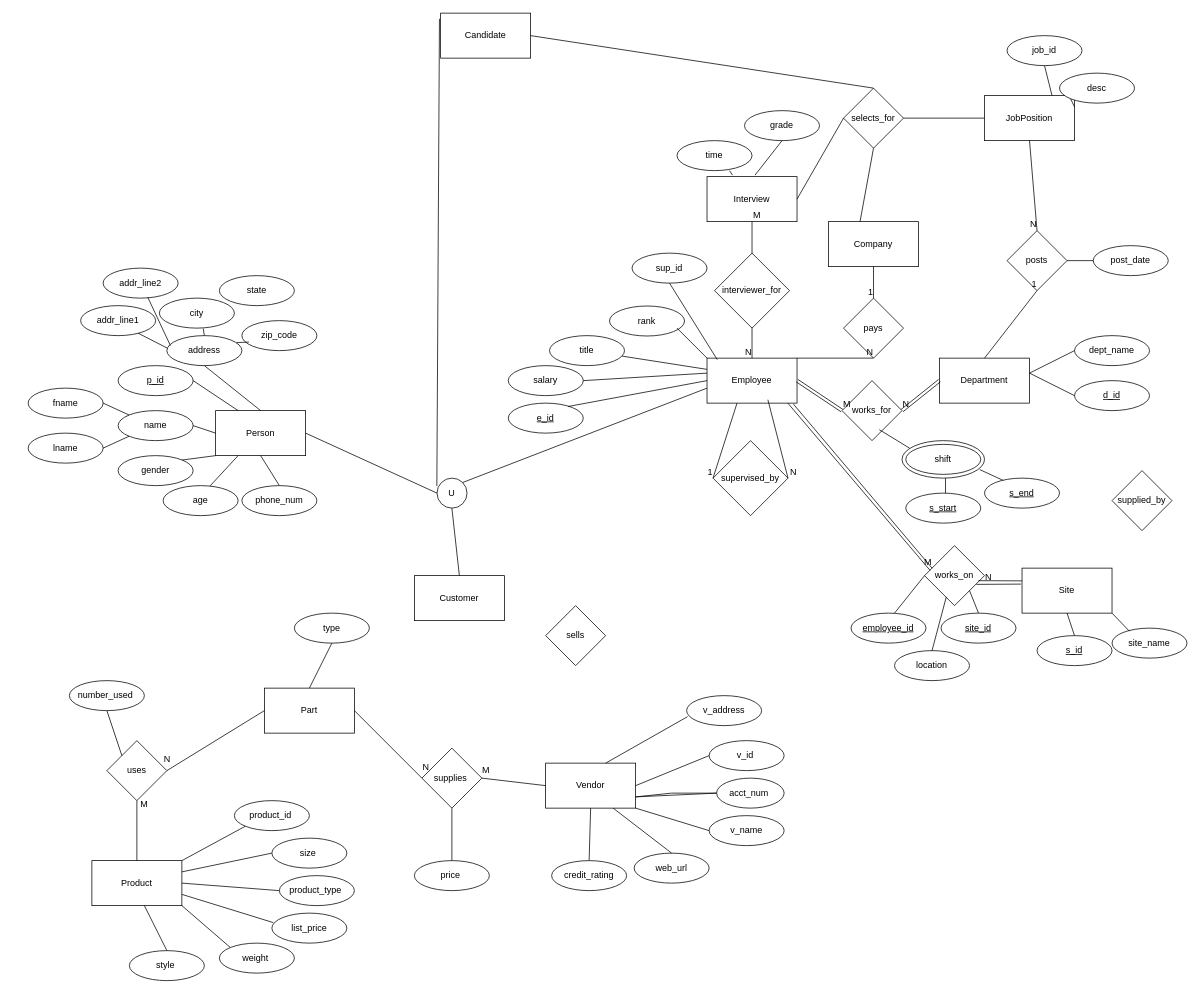
Earlier version of the draw.io diagram EER Diagram.drawio.xml (yams-yams/SQLProject). Source tidied: cells renumbered, new cells numbered last; positions are measured from the earlier drawing's top-left corner, leaving out a move shared by most shapes. Both pictures are drawn from the tidied source at 75%, with x=0, y=0 at pixel (28, 13).
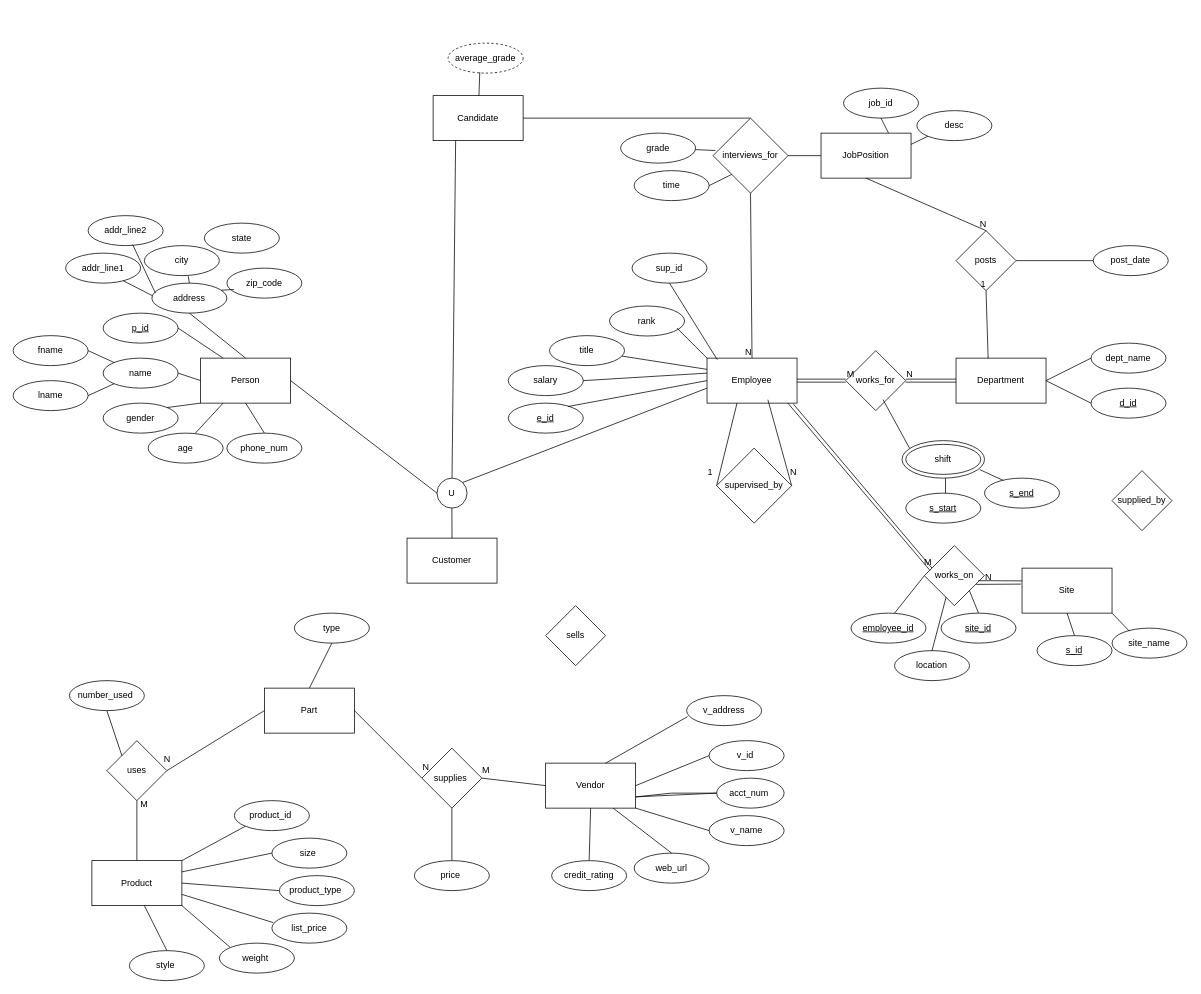
Above is the later version.

Unchanged cells that the change refers to:
```xml
<mxCell id="4" value="Employee" style="rounded=0;whiteSpace=wrap;html=1;" parent="1" vertex="1">
  <mxGeometry x="905.2" y="460" width="120" height="60" as="geometry" />
</mxCell>
<mxCell id="26" value="U" style="ellipse;whiteSpace=wrap;html=1;align=center;" parent="1" vertex="1">
  <mxGeometry x="545.2" y="620" width="40" height="40" as="geometry" />
</mxCell>
```

Diff of the diagram source:
```diff
@@
-    <mxCell id="2" value="Interview" style="rounded=0;whiteSpace=wrap;html=1;fontFamily=Helvetica;fontSize=12;fontColor=default;align=center;strokeColor=default;fillColor=default;" parent="1" vertex="1">
-      <mxGeometry x="905.2" y="218" width="120" height="60" as="geometry" />
-    </mxCell>
-    <mxCell id="3" value="Company" style="rounded=0;whiteSpace=wrap;html=1;" parent="1" vertex="1">
-      <mxGeometry x="1067.2" y="278" width="120" height="60" as="geometry" />
-    </mxCell>
@@
     <mxCell id="5" value="&lt;div&gt;Department&lt;/div&gt;" style="rounded=0;whiteSpace=wrap;html=1;" parent="1" vertex="1">
-      <mxGeometry x="1215.2" y="460" width="120" height="60" as="geometry" />
+      <mxGeometry x="1237.2" y="460" width="120" height="60" as="geometry" />
     </mxCell>
     <mxCell id="6" value="Person" style="rounded=0;whiteSpace=wrap;html=1;" parent="1" vertex="1">
-      <mxGeometry x="250" y="530" width="120" height="60" as="geometry" />
+      <mxGeometry x="230" y="460" width="120" height="60" as="geometry" />
     </mxCell>
     <mxCell id="7" value="Candidate" style="rounded=0;whiteSpace=wrap;html=1;" parent="1" vertex="1">
-      <mxGeometry x="550" width="120" height="60" as="geometry" />
+      <mxGeometry x="540" y="110" width="120" height="60" as="geometry" />
     </mxCell>
     <mxCell id="8" value="JobPosition" style="rounded=0;whiteSpace=wrap;html=1;" parent="1" vertex="1">
-      <mxGeometry x="1275.2" y="110" width="120" height="60" as="geometry" />
+      <mxGeometry x="1057.2" y="160" width="120" height="60" as="geometry" />
     </mxCell>
@@
-    <mxCell id="12" value="pays" style="rhombus;whiteSpace=wrap;html=1;" parent="1" vertex="1">
-      <mxGeometry x="1087.2" y="380" width="80" height="80" as="geometry" />
-    </mxCell>
     <mxCell id="13" value="works_for" style="rhombus;whiteSpace=wrap;html=1;" parent="1" vertex="1">
-      <mxGeometry x="1085.2" y="490" width="80" height="80" as="geometry" />
+      <mxGeometry x="1090.2" y="450" width="80" height="80" as="geometry" />
     </mxCell>
     <mxCell id="14" value="posts" style="rhombus;whiteSpace=wrap;html=1;" parent="1" vertex="1">
-      <mxGeometry x="1305.2" y="290" width="80" height="80" as="geometry" />
+      <mxGeometry x="1237.2" y="290" width="80" height="80" as="geometry" />
     </mxCell>
     <mxCell id="15" value="supervised_by" style="rhombus;whiteSpace=wrap;html=1;" parent="1" vertex="1">
-      <mxGeometry x="913.2" y="570" width="100" height="100" as="geometry" />
+      <mxGeometry x="918" y="580" width="100" height="100" as="geometry" />
     </mxCell>
-    <mxCell id="16" value="selects_for" style="rhombus;whiteSpace=wrap;html=1;" parent="1" vertex="1">
-      <mxGeometry x="1087.2" y="100" width="80" height="80" as="geometry" />
-    </mxCell>
@@
     <mxCell id="18" value="works_on" style="rhombus;whiteSpace=wrap;html=1;" parent="1" vertex="1">
-      <mxGeometry x="1195.2" y="710" width="80" height="80" as="geometry" />
+      <mxGeometry x="1195" y="710" width="80" height="80" as="geometry" />
     </mxCell>
@@
     <mxCell id="24" style="shape=link;html=1;rounded=0;exitX=1;exitY=0.5;exitDx=0;exitDy=0;entryX=0;entryY=0.5;entryDx=0;entryDy=0;" parent="1" edge="1" source="4" target="13">
-      <mxGeometry relative="1" as="geometry">
-        <Array as="points">
-          <mxPoint x="1055.2" y="510" />
-        </Array>
-      </mxGeometry>
+      <mxGeometry relative="1" as="geometry" />
     </mxCell>
@@
-    <mxCell id="29" style="endArrow=none;html=1;rounded=0;exitX=-0.006;exitY=0.261;exitDx=0;exitDy=0;entryX=-0.013;entryY=0.126;entryDx=0;entryDy=0;entryPerimeter=0;exitPerimeter=0;" parent="1" edge="1" source="26" target="7">
+    <mxCell id="29" style="endArrow=none;html=1;rounded=0;exitX=0.5;exitY=0;exitDx=0;exitDy=0;entryX=0.25;entryY=1;entryDx=0;entryDy=0;" parent="1" edge="1" source="26" target="7">
       <mxGeometry relative="1" as="geometry" />
     </mxCell>
@@
     <mxCell id="31" value="p_id" style="ellipse;whiteSpace=wrap;html=1;align=center;fontStyle=4;" parent="1" vertex="1">
-      <mxGeometry x="120" y="470" width="100" height="40" as="geometry" />
+      <mxGeometry x="100" y="400" width="100" height="40" as="geometry" />
     </mxCell>
     <mxCell id="32" value="fname" style="ellipse;whiteSpace=wrap;html=1;align=center;" parent="1" vertex="1">
-      <mxGeometry y="500" width="100" height="40" as="geometry" />
+      <mxGeometry x="-20" y="430" width="100" height="40" as="geometry" />
     </mxCell>
     <mxCell id="33" value="name" style="ellipse;whiteSpace=wrap;html=1;align=center;" parent="1" vertex="1">
-      <mxGeometry x="120" y="530" width="100" height="40" as="geometry" />
+      <mxGeometry x="100" y="460" width="100" height="40" as="geometry" />
     </mxCell>
     <mxCell id="34" value="lname" style="ellipse;whiteSpace=wrap;html=1;align=center;" parent="1" vertex="1">
-      <mxGeometry y="560" width="100" height="40" as="geometry" />
+      <mxGeometry x="-20" y="490" width="100" height="40" as="geometry" />
     </mxCell>
     <mxCell id="35" value="gender" style="ellipse;whiteSpace=wrap;html=1;align=center;" parent="1" vertex="1">
-      <mxGeometry x="120" y="590" width="100" height="40" as="geometry" />
+      <mxGeometry x="100" y="520" width="100" height="40" as="geometry" />
     </mxCell>
     <mxCell id="36" value="age" style="ellipse;whiteSpace=wrap;html=1;align=center;" parent="1" vertex="1">
-      <mxGeometry x="180" y="630" width="100" height="40" as="geometry" />
+      <mxGeometry x="160" y="560" width="100" height="40" as="geometry" />
     </mxCell>
     <mxCell id="37" value="address" style="ellipse;whiteSpace=wrap;html=1;align=center;" parent="1" vertex="1">
-      <mxGeometry x="185" y="430" width="100" height="40" as="geometry" />
+      <mxGeometry x="165" y="360" width="100" height="40" as="geometry" />
     </mxCell>
@@
     <mxCell id="42" value="phone_num" style="ellipse;whiteSpace=wrap;html=1;align=center;" parent="1" vertex="1">
-      <mxGeometry x="285" y="630" width="100" height="40" as="geometry" />
+      <mxGeometry x="265" y="560" width="100" height="40" as="geometry" />
     </mxCell>
@@
-    <mxCell id="47" style="endArrow=none;html=1;rounded=0;entryX=0.5;entryY=0;entryDx=0;entryDy=0;exitX=1;exitY=0.5;exitDx=0;exitDy=0;" parent="1" edge="1" source="7" target="16">
+    <mxCell id="47" style="endArrow=none;html=1;rounded=0;entryX=0.5;entryY=0;entryDx=0;entryDy=0;exitX=1;exitY=0.5;exitDx=0;exitDy=0;" parent="1" edge="1" source="7" target="69">
       <mxGeometry relative="1" as="geometry" />
     </mxCell>
-    <mxCell id="48" style="endArrow=none;html=1;rounded=0;entryX=1;entryY=0.5;entryDx=0;entryDy=0;exitX=0;exitY=0.5;exitDx=0;exitDy=0;" parent="1" edge="1" source="8" target="16">
+    <mxCell id="48" style="endArrow=none;html=1;rounded=0;entryX=1;entryY=0.5;entryDx=0;entryDy=0;exitX=0;exitY=0.5;exitDx=0;exitDy=0;" parent="1" edge="1" source="8" target="69">
       <mxGeometry relative="1" as="geometry" />
     </mxCell>
-    <mxCell id="49" style="endArrow=none;html=1;rounded=0;entryX=0.5;entryY=1;entryDx=0;entryDy=0;exitX=0.5;exitY=0;exitDx=0;exitDy=0;" parent="1" edge="1" target="16">
-      <mxGeometry relative="1" as="geometry">
-        <mxPoint x="1109.2" y="278" as="sourcePoint" />
-      </mxGeometry>
-    </mxCell>
     <mxCell id="50" value="time" style="ellipse;whiteSpace=wrap;html=1;align=center;" parent="1" vertex="1">
-      <mxGeometry x="865.2" y="170" width="100" height="40" as="geometry" />
+      <mxGeometry x="808" y="210" width="100" height="40" as="geometry" />
     </mxCell>
     <mxCell id="51" value="grade" style="ellipse;whiteSpace=wrap;html=1;align=center;" parent="1" vertex="1">
-      <mxGeometry x="955.2" y="130" width="100" height="40" as="geometry" />
+      <mxGeometry x="790" y="160" width="100" height="40" as="geometry" />
     </mxCell>
-    <mxCell id="52" style="endArrow=none;html=1;rounded=0;exitX=0.5;exitY=1;exitDx=0;exitDy=0;entryX=0.25;entryY=0;entryDx=0;entryDy=0;" parent="1" edge="1">
-      <mxGeometry relative="1" as="geometry">
-        <mxPoint x="935.2" y="210" as="sourcePoint" />
-        <mxPoint x="939.2" y="216" as="targetPoint" />
-      </mxGeometry>
-    </mxCell>
-    <mxCell id="53" style="endArrow=none;html=1;rounded=0;exitX=0.5;exitY=1;exitDx=0;exitDy=0;entryX=0.5;entryY=0;entryDx=0;entryDy=0;" parent="1" edge="1" source="51">
-      <mxGeometry relative="1" as="geometry">
-        <mxPoint x="969.2" y="216" as="targetPoint" />
-      </mxGeometry>
+    <mxCell id="53" style="endArrow=none;html=1;rounded=0;entryX=0.032;entryY=0.432;entryDx=0;entryDy=0;entryPerimeter=0;" parent="1" edge="1" source="51" target="69">
+      <mxGeometry relative="1" as="geometry" />
     </mxCell>
-    <mxCell id="54" style="endArrow=none;html=1;rounded=0;exitX=0.5;exitY=0;exitDx=0;exitDy=0;entryX=0.5;entryY=1;entryDx=0;entryDy=0;" parent="1" edge="1" source="5" target="14">
-      <mxGeometry relative="1" as="geometry" />
+    <mxCell id="54" style="endArrow=none;html=1;rounded=0;entryX=0.5;entryY=1;entryDx=0;entryDy=0;" parent="1" edge="1" target="14">
+      <mxGeometry relative="1" as="geometry">
+        <mxPoint x="1280" y="460" as="sourcePoint" />
+      </mxGeometry>
     </mxCell>
@@
     <mxCell id="58" value="job_id" style="ellipse;whiteSpace=wrap;html=1;align=center;" parent="1" vertex="1">
-      <mxGeometry x="1305.2" y="30" width="100" height="40" as="geometry" />
+      <mxGeometry x="1087.2" y="100" width="100" height="40" as="geometry" />
     </mxCell>
     <mxCell id="59" value="desc" style="ellipse;whiteSpace=wrap;html=1;align=center;" parent="1" vertex="1">
-      <mxGeometry x="1375.2" y="80" width="100" height="40" as="geometry" />
+      <mxGeometry x="1185" y="130" width="100" height="40" as="geometry" />
     </mxCell>
@@
-    <mxCell id="61" style="endArrow=none;html=1;rounded=0;exitX=0.5;exitY=1;exitDx=0;exitDy=0;entryX=0.5;entryY=0;entryDx=0;entryDy=0;" parent="1" edge="1" source="3" target="12">
-      <mxGeometry relative="1" as="geometry" />
-    </mxCell>
-    <mxCell id="62" value="1" style="html=1;align=right;verticalAlign=bottom;" parent="61" vertex="1">
-      <mxGeometry x="1" relative="1" as="geometry" />
-    </mxCell>
-    <mxCell id="63" style="endArrow=none;html=1;rounded=0;entryX=0.5;entryY=1;entryDx=0;entryDy=0;exitX=1;exitY=0;exitDx=0;exitDy=0;" parent="1" edge="1" source="4" target="12">
-      <mxGeometry relative="1" as="geometry" />
-    </mxCell>
-    <mxCell id="64" value="N" style="html=1;align=right;verticalAlign=bottom;" parent="63" vertex="1">
-      <mxGeometry x="1" relative="1" as="geometry" />
-    </mxCell>
-    <mxCell id="65" style="endArrow=none;html=1;rounded=0;entryX=0;entryY=0.5;entryDx=0;entryDy=0;exitX=1;exitY=0.5;exitDx=0;exitDy=0;" parent="1" edge="1" source="2" target="16">
-      <mxGeometry relative="1" as="geometry" />
-    </mxCell>
-    <mxCell id="66" style="endArrow=none;html=1;rounded=0;exitX=0.5;exitY=1;exitDx=0;exitDy=0;entryX=0.5;entryY=0;entryDx=0;entryDy=0;" parent="1" edge="1" source="2" target="4">
+    <mxCell id="66" style="endArrow=none;html=1;rounded=0;exitX=0.5;exitY=1;exitDx=0;exitDy=0;entryX=0.5;entryY=0;entryDx=0;entryDy=0;startArrow=none;" parent="1" edge="1" source="69" target="4">
       <mxGeometry relative="1" as="geometry" />
     </mxCell>
-    <mxCell id="67" value="M" style="html=1;align=left;verticalAlign=bottom;" parent="66" vertex="1">
-      <mxGeometry x="-1" relative="1" as="geometry" />
-    </mxCell>
@@
-    <mxCell id="69" value="interviewer_for" style="rhombus;whiteSpace=wrap;html=1;" parent="1" vertex="1">
-      <mxGeometry x="915.2" y="320" width="100" height="100" as="geometry" />
-    </mxCell>
@@
     <mxCell id="112" value="dept_name" style="ellipse;whiteSpace=wrap;html=1;rotation=0;" parent="1" vertex="1">
-      <mxGeometry x="1395.2" y="430" width="100" height="40" as="geometry" />
+      <mxGeometry x="1417.2" y="440" width="100" height="40" as="geometry" />
     </mxCell>
     <mxCell id="113" value="&lt;u&gt;d_id&lt;/u&gt;" style="ellipse;whiteSpace=wrap;html=1;rotation=0;" parent="1" vertex="1">
-      <mxGeometry x="1395.2" y="490" width="100" height="40" as="geometry" />
+      <mxGeometry x="1417.2" y="500" width="100" height="40" as="geometry" />
     </mxCell>
     <mxCell id="114" style="endArrow=none;html=1;rounded=0;entryX=0;entryY=0.5;entryDx=0;entryDy=0;exitX=0;exitY=0.5;exitDx=0;exitDy=0;" parent="1" edge="1" source="113" target="112">
       <mxGeometry relative="1" as="geometry">
         <Array as="points">
-          <mxPoint x="1335.2" y="480" />
+          <mxPoint x="1357.2" y="490" />
         </Array>
       </mxGeometry>
     </mxCell>
@@
     <mxCell id="154" value="addr_line1" style="ellipse;whiteSpace=wrap;html=1;align=center;" parent="1" vertex="1">
-      <mxGeometry x="70" y="390" width="100" height="40" as="geometry" />
+      <mxGeometry x="50" y="320" width="100" height="40" as="geometry" />
     </mxCell>
     <mxCell id="155" value="addr_line2" style="ellipse;whiteSpace=wrap;html=1;align=center;" parent="1" vertex="1">
-      <mxGeometry x="100" y="340" width="100" height="40" as="geometry" />
+      <mxGeometry x="80" y="270" width="100" height="40" as="geometry" />
     </mxCell>
     <mxCell id="156" value="city" style="ellipse;whiteSpace=wrap;html=1;align=center;" parent="1" vertex="1">
-      <mxGeometry x="175" y="380" width="100" height="40" as="geometry" />
+      <mxGeometry x="155" y="310" width="100" height="40" as="geometry" />
     </mxCell>
     <mxCell id="157" value="state" style="ellipse;whiteSpace=wrap;html=1;align=center;" parent="1" vertex="1">
-      <mxGeometry x="255" y="350" width="100" height="40" as="geometry" />
+      <mxGeometry x="235" y="280" width="100" height="40" as="geometry" />
     </mxCell>
     <mxCell id="158" value="zip_code" style="ellipse;whiteSpace=wrap;html=1;align=center;" parent="1" vertex="1">
-      <mxGeometry x="285" y="410" width="100" height="40" as="geometry" />
+      <mxGeometry x="265" y="340" width="100" height="40" as="geometry" />
     </mxCell>
@@
     <mxCell id="163" value="Customer" style="rounded=0;whiteSpace=wrap;html=1;" parent="1" vertex="1">
-      <mxGeometry x="515" y="750" width="120" height="60" as="geometry" />
+      <mxGeometry x="505.2" y="700" width="120" height="60" as="geometry" />
     </mxCell>
@@
+    <mxCell id="69" value="interviews_for" style="rhombus;whiteSpace=wrap;html=1;" parent="1" vertex="1">
+      <mxGeometry x="913.2" y="140" width="100" height="100" as="geometry" />
+    </mxCell>
+    <mxCell id="165" style="endArrow=none;html=1;rounded=0;entryX=0;entryY=1;entryDx=0;entryDy=0;exitX=1;exitY=0.5;exitDx=0;exitDy=0;" parent="1" edge="1" source="50" target="69">
+      <mxGeometry relative="1" as="geometry" />
+    </mxCell>
+    <mxCell id="166" value="average_grade" style="ellipse;whiteSpace=wrap;html=1;align=center;dashed=1;" parent="1" vertex="1">
+      <mxGeometry x="560" y="40" width="100" height="40" as="geometry" />
+    </mxCell>
+    <mxCell id="167" style="endArrow=none;html=1;rounded=0;entryX=0.422;entryY=0.969;entryDx=0;entryDy=0;entryPerimeter=0;" parent="1" edge="1" source="7" target="166">
+      <mxGeometry relative="1" as="geometry" />
+    </mxCell>
```
